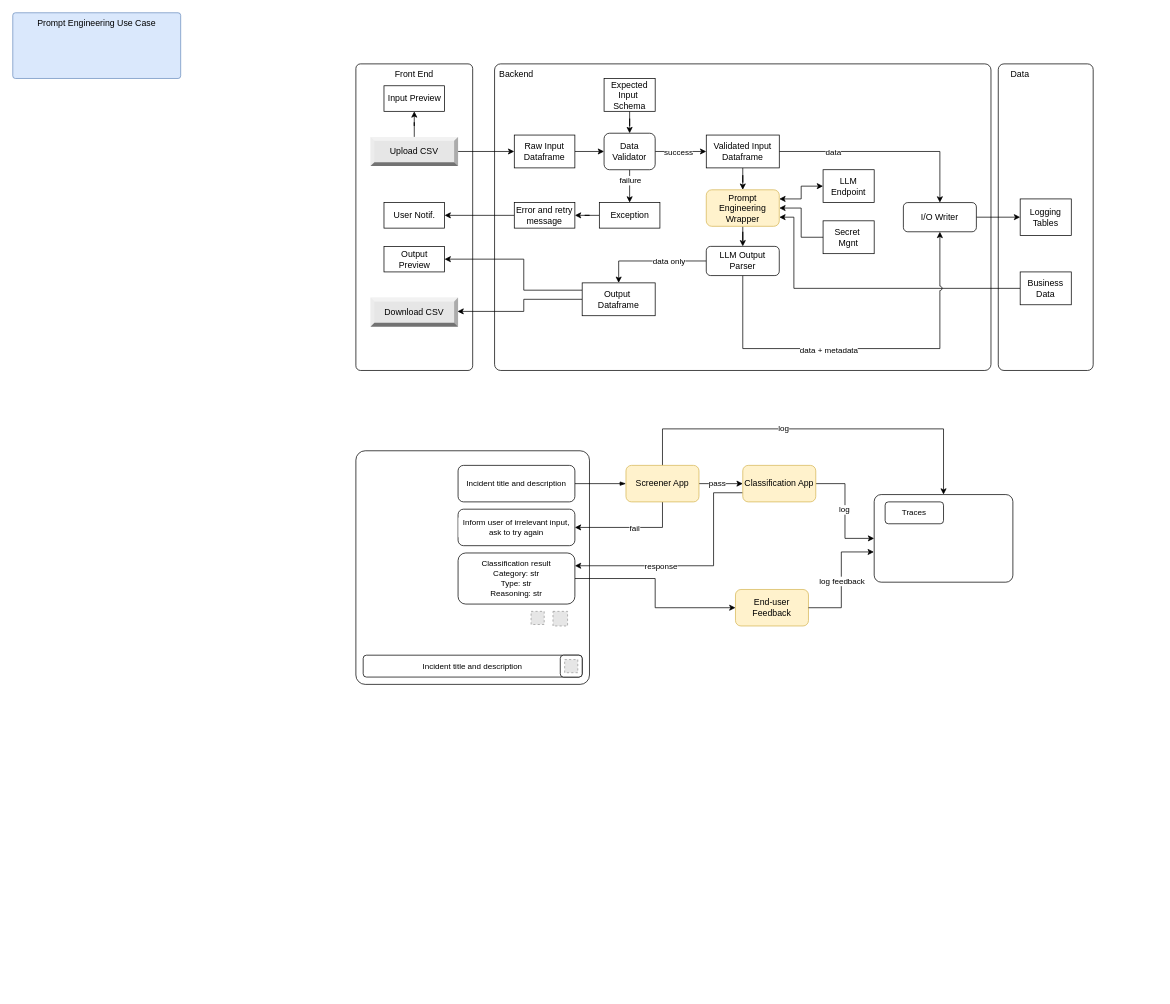
Before: page "gims-classification" (1 of 2) of genai-classification.drawio in joshuavaple/draw-io, a draw.io diagram. Source tidied: cells renumbered, new cells numbered last; positions are measured from the earlier drawing's top-left corner, leaving out a move shared by most shapes. Both pictures are drawn from the tidied source at 73%, with x=0, y=0 at pixel (12, 12). Pictures stored in the file or linked from it are replaced by grey dashed boxes.
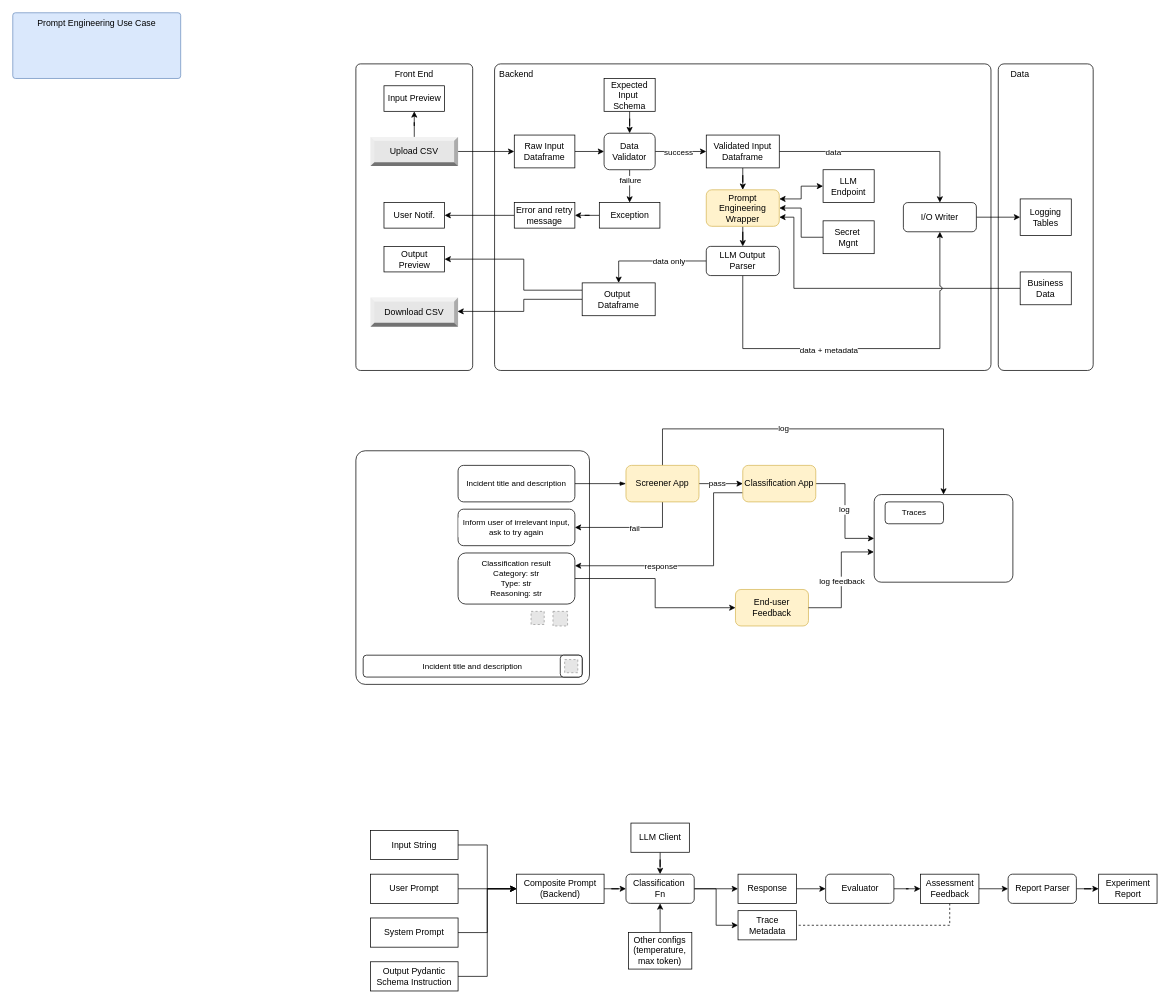
After the change.

Commit message:
added basic classification flow

Change to the diagram source:
```diff
@@
+    <mxCell id="80" style="edgeStyle=orthogonalEdgeStyle;rounded=0;jettySize=auto;html=1;entryX=0;entryY=0.5;entryDx=0;entryDy=0;" parent="1" edge="1" source="81" target="89">
+      <mxGeometry relative="1" as="geometry" />
+    </mxCell>
+    <mxCell id="81" value="Input String" style="rounded=0;whiteSpace=wrap;html=1;" parent="1" vertex="1">
+      <mxGeometry x="490" y="1120" width="120" height="40" as="geometry" />
+    </mxCell>
+    <mxCell id="82" style="edgeStyle=orthogonalEdgeStyle;rounded=0;jettySize=auto;html=1;entryX=0;entryY=0.5;entryDx=0;entryDy=0;" parent="1" edge="1" source="83" target="89">
+      <mxGeometry relative="1" as="geometry" />
+    </mxCell>
+    <mxCell id="83" value="User Prompt" style="rounded=0;whiteSpace=wrap;html=1;" parent="1" vertex="1">
+      <mxGeometry x="490" y="1180" width="120" height="40" as="geometry" />
+    </mxCell>
+    <mxCell id="84" style="edgeStyle=orthogonalEdgeStyle;rounded=0;jettySize=auto;html=1;entryX=0;entryY=0.5;entryDx=0;entryDy=0;" parent="1" edge="1" source="85" target="89">
+      <mxGeometry relative="1" as="geometry" />
+    </mxCell>
+    <mxCell id="85" value="System Prompt" style="rounded=0;whiteSpace=wrap;html=1;" parent="1" vertex="1">
+      <mxGeometry x="490" y="1240" width="120" height="40" as="geometry" />
+    </mxCell>
+    <mxCell id="86" style="edgeStyle=orthogonalEdgeStyle;rounded=0;jettySize=auto;html=1;entryX=0;entryY=0.5;entryDx=0;entryDy=0;" parent="1" edge="1" source="87" target="89">
+      <mxGeometry relative="1" as="geometry" />
+    </mxCell>
+    <mxCell id="87" value="Output Pydantic Schema Instruction" style="rounded=0;whiteSpace=wrap;html=1;" parent="1" vertex="1">
+      <mxGeometry x="490" y="1300" width="120" height="40" as="geometry" />
+    </mxCell>
+    <mxCell id="88" style="edgeStyle=orthogonalEdgeStyle;rounded=0;jettySize=auto;html=1;entryX=0;entryY=0.5;entryDx=0;entryDy=0;" parent="1" edge="1" source="89" target="92">
+      <mxGeometry relative="1" as="geometry" />
+    </mxCell>
+    <mxCell id="89" value="Composite Prompt&lt;div&gt;(Backend)&lt;/div&gt;" style="rounded=0;whiteSpace=wrap;html=1;" parent="1" vertex="1">
+      <mxGeometry x="690" y="1180" width="120" height="40" as="geometry" />
+    </mxCell>
+    <mxCell id="90" style="edgeStyle=orthogonalEdgeStyle;rounded=0;jettySize=auto;html=1;entryX=0;entryY=0.5;entryDx=0;entryDy=0;" parent="1" edge="1" source="92" target="94">
+      <mxGeometry relative="1" as="geometry" />
+    </mxCell>
+    <mxCell id="91" style="edgeStyle=orthogonalEdgeStyle;rounded=0;jettySize=auto;html=1;entryX=0;entryY=0.5;entryDx=0;entryDy=0;" parent="1" edge="1" source="92" target="95">
+      <mxGeometry relative="1" as="geometry" />
+    </mxCell>
+    <mxCell id="92" value="Classification&amp;nbsp;&lt;div&gt;Fn&lt;/div&gt;" style="rounded=1;whiteSpace=wrap;html=1;" parent="1" vertex="1">
+      <mxGeometry x="840" y="1180" width="93.5" height="40" as="geometry" />
+    </mxCell>
+    <mxCell id="93" style="edgeStyle=orthogonalEdgeStyle;rounded=0;jettySize=auto;html=1;entryX=0;entryY=0.5;entryDx=0;entryDy=0;" parent="1" edge="1" source="94" target="97">
+      <mxGeometry relative="1" as="geometry" />
+    </mxCell>
+    <mxCell id="94" value="Response" style="rounded=0;whiteSpace=wrap;html=1;" parent="1" vertex="1">
+      <mxGeometry x="993.5" y="1180" width="80" height="40" as="geometry" />
+    </mxCell>
+    <mxCell id="95" value="Trace Metadata" style="rounded=0;whiteSpace=wrap;html=1;" parent="1" vertex="1">
+      <mxGeometry x="993.5" y="1230" width="80" height="40" as="geometry" />
+    </mxCell>
+    <mxCell id="96" style="edgeStyle=orthogonalEdgeStyle;rounded=0;jettySize=auto;html=1;entryX=0;entryY=0.5;entryDx=0;entryDy=0;" parent="1" edge="1" source="97" target="100">
+      <mxGeometry relative="1" as="geometry" />
+    </mxCell>
+    <mxCell id="97" value="Evaluator" style="rounded=1;whiteSpace=wrap;html=1;" parent="1" vertex="1">
+      <mxGeometry x="1113.5" y="1180" width="93.5" height="40" as="geometry" />
+    </mxCell>
+    <mxCell id="98" style="edgeStyle=orthogonalEdgeStyle;rounded=0;jettySize=auto;html=1;entryX=1;entryY=0.5;entryDx=0;entryDy=0;dashed=1;endArrow=none;endFill=0;" parent="1" edge="1" source="100" target="95">
+      <mxGeometry relative="1" as="geometry">
+        <Array as="points">
+          <mxPoint x="1283.5" y="1250" />
+        </Array>
+      </mxGeometry>
+    </mxCell>
+    <mxCell id="99" style="edgeStyle=orthogonalEdgeStyle;rounded=0;jettySize=auto;html=1;entryX=0;entryY=0.5;entryDx=0;entryDy=0;" parent="1" edge="1" source="100" target="102">
+      <mxGeometry relative="1" as="geometry" />
+    </mxCell>
+    <mxCell id="100" value="Assessment Feedback" style="rounded=0;whiteSpace=wrap;html=1;" parent="1" vertex="1">
+      <mxGeometry x="1243.5" y="1180" width="80" height="40" as="geometry" />
+    </mxCell>
+    <mxCell id="101" style="edgeStyle=orthogonalEdgeStyle;rounded=0;jettySize=auto;html=1;entryX=0;entryY=0.5;entryDx=0;entryDy=0;" parent="1" edge="1" source="102" target="103">
+      <mxGeometry relative="1" as="geometry" />
+    </mxCell>
+    <mxCell id="102" value="Report Parser" style="rounded=1;whiteSpace=wrap;html=1;" parent="1" vertex="1">
+      <mxGeometry x="1363.5" y="1180" width="93.5" height="40" as="geometry" />
+    </mxCell>
+    <mxCell id="103" value="Experiment Report" style="rounded=0;whiteSpace=wrap;html=1;" parent="1" vertex="1">
+      <mxGeometry x="1487.5" y="1180" width="80" height="40" as="geometry" />
+    </mxCell>
+    <mxCell id="104" style="edgeStyle=orthogonalEdgeStyle;rounded=0;jettySize=auto;html=1;entryX=0.5;entryY=0;entryDx=0;entryDy=0;" parent="1" edge="1" source="105" target="92">
+      <mxGeometry relative="1" as="geometry" />
+    </mxCell>
+    <mxCell id="105" value="LLM Client" style="rounded=0;whiteSpace=wrap;html=1;" parent="1" vertex="1">
+      <mxGeometry x="846.8" y="1110" width="80" height="40" as="geometry" />
+    </mxCell>
+    <mxCell id="106" style="edgeStyle=orthogonalEdgeStyle;rounded=0;jettySize=auto;html=1;entryX=0.5;entryY=1;entryDx=0;entryDy=0;" parent="1" edge="1" source="107" target="92">
+      <mxGeometry relative="1" as="geometry" />
+    </mxCell>
+    <mxCell id="107" value="Other configs (temperature, max token)" style="rounded=0;whiteSpace=wrap;html=1;" parent="1" vertex="1">
+      <mxGeometry x="843.4" y="1260" width="86.8" height="50" as="geometry" />
+    </mxCell>
```
